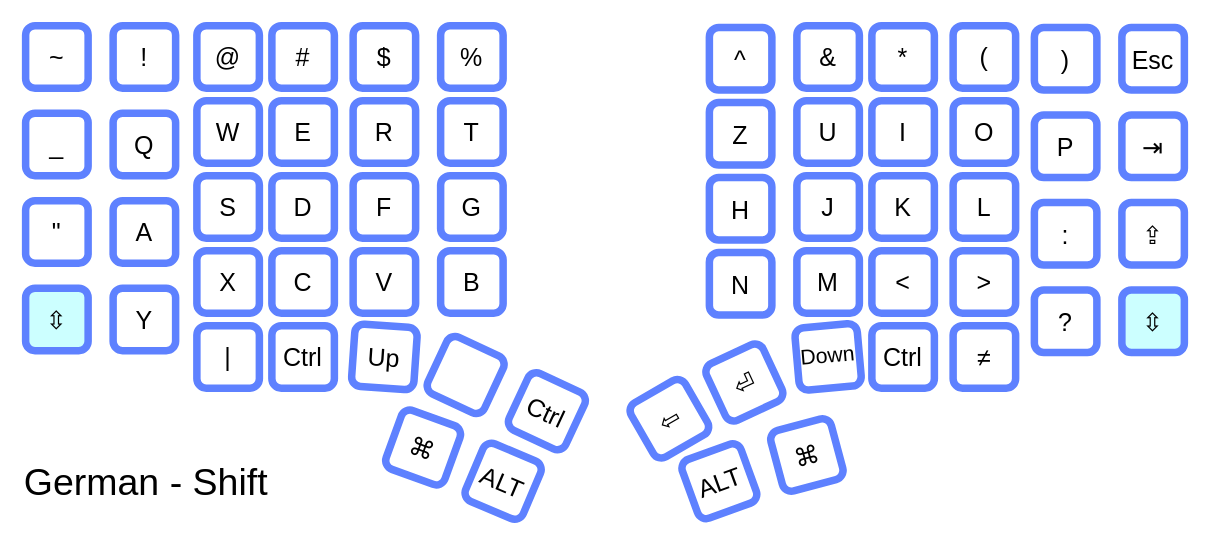
This is page "Ge-Shift-Uni-Mac" (16 of 16) of layouts.drawio from maxistar/dacty, a draw.io file, before an edit. Source tidied: cells renumbered, new cells numbered last; positions are measured from the earlier drawing's top-left corner, leaving out a move shared by most shapes. Both pictures are drawn from the tidied source at 125%, with x=0, y=0 at pixel (21, 25).
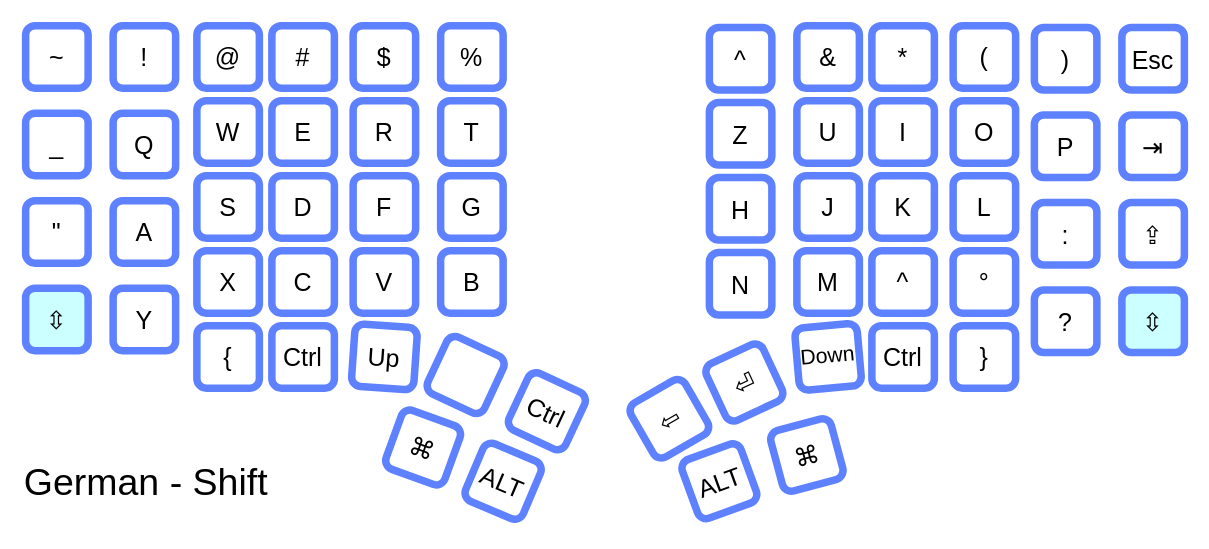
After the change.

What changed in the source:
```diff
@@
-    <mxCell id="14" value="&lt;font style=&quot;font-size: 20px;&quot;&gt;|&lt;/font&gt;" style="rounded=1;whiteSpace=wrap;html=1;strokeWidth=6;strokeColor=#5E81FF;" parent="1" vertex="1">
+    <mxCell id="14" value="&lt;font style=&quot;font-size: 20px;&quot;&gt;{&lt;/font&gt;" style="rounded=1;whiteSpace=wrap;html=1;strokeWidth=6;strokeColor=#5E81FF;" parent="1" vertex="1">
       <mxGeometry x="140" y="240" width="50" height="50" as="geometry" />
     </mxCell>
@@
-    <mxCell id="52" value="&lt;font style=&quot;font-size: 20px;&quot;&gt;&amp;lt;&lt;/font&gt;" style="rounded=1;whiteSpace=wrap;html=1;strokeWidth=6;strokeColor=#5E81FF;" parent="1" vertex="1">
+    <mxCell id="52" value="&lt;font style=&quot;font-size: 20px;&quot;&gt;^&lt;/font&gt;" style="rounded=1;whiteSpace=wrap;html=1;strokeWidth=6;strokeColor=#5E81FF;" parent="1" vertex="1">
       <mxGeometry x="680" y="180" width="50" height="50" as="geometry" />
     </mxCell>
-    <mxCell id="53" value="&lt;font style=&quot;font-size: 20px;&quot;&gt;≠&lt;/font&gt;" style="rounded=1;whiteSpace=wrap;html=1;strokeWidth=6;strokeColor=#5E81FF;" parent="1" vertex="1">
+    <mxCell id="53" value="&lt;font style=&quot;font-size: 20px;&quot;&gt;}&lt;/font&gt;" style="rounded=1;whiteSpace=wrap;html=1;strokeWidth=6;strokeColor=#5E81FF;" parent="1" vertex="1">
       <mxGeometry x="745" y="240" width="50" height="50" as="geometry" />
     </mxCell>
@@
-    <mxCell id="57" value="&lt;font style=&quot;font-size: 20px;&quot;&gt;&amp;gt;&lt;/font&gt;" style="rounded=1;whiteSpace=wrap;html=1;strokeWidth=6;strokeColor=#5E81FF;" parent="1" vertex="1">
+    <mxCell id="57" value="&lt;font style=&quot;font-size: 20px;&quot;&gt;°&lt;/font&gt;" style="rounded=1;whiteSpace=wrap;html=1;strokeWidth=6;strokeColor=#5E81FF;" parent="1" vertex="1">
       <mxGeometry x="745" y="180" width="50" height="50" as="geometry" />
     </mxCell>
```
